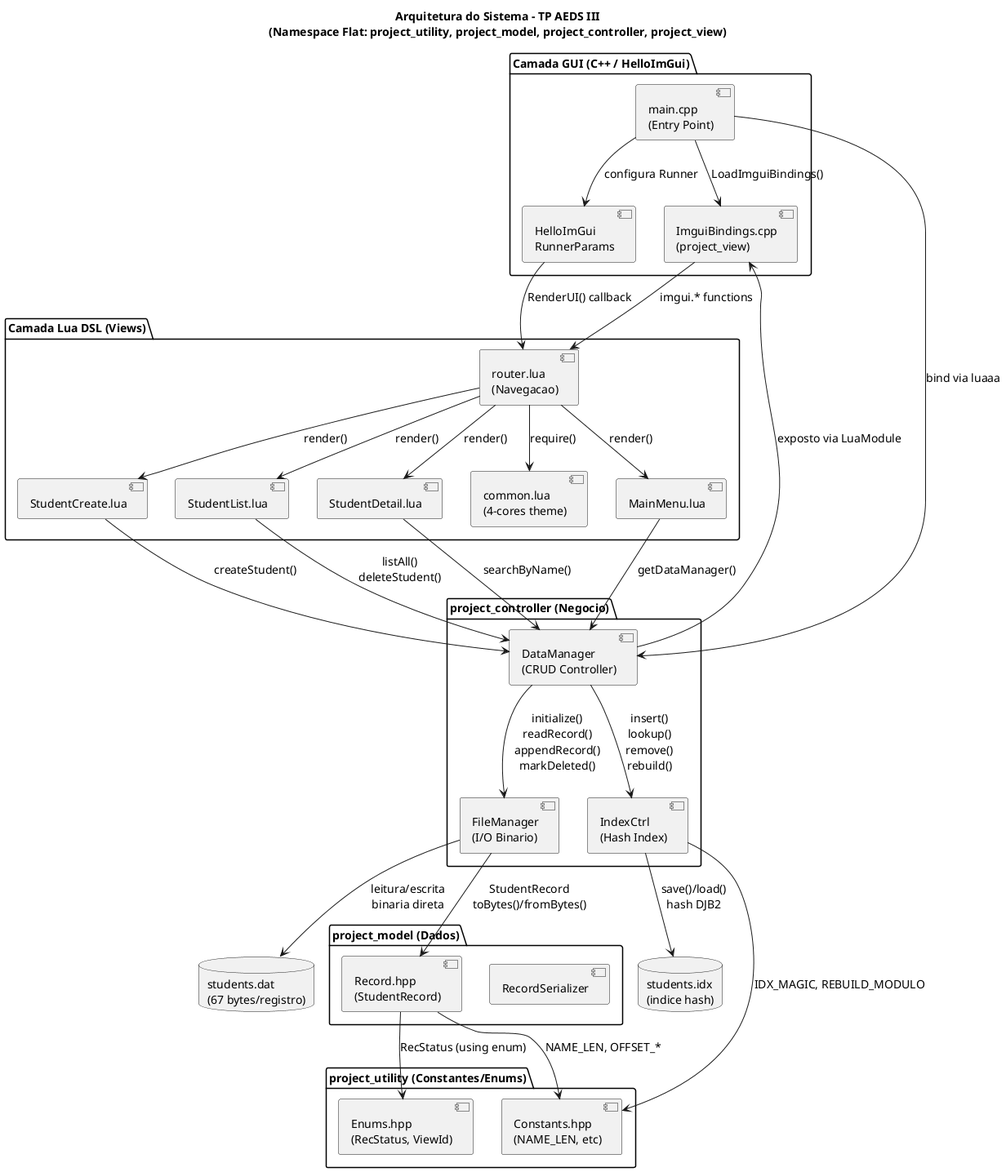
Above: docs/UML Diagrams/arquitetura_sistema.png in tuliofh01/TP-AEDSIII (PlantUML), before the change.
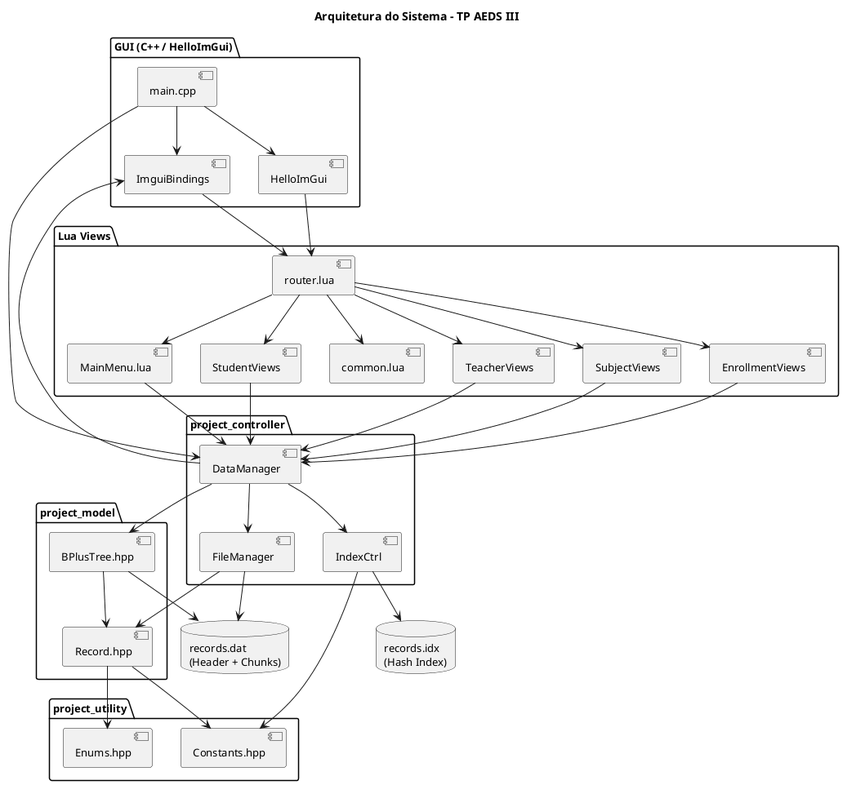
After the change.

The edit, as a diff of the source:
```diff
@@ -1,71 +1,76 @@
 @startuml arquitetura_sistema
+skinparam backgroundColor #FFFFFF
+skinparam defaultFontSize 13
 
-skinparam backgroundColor #FFFFFF
-skinparam defaultFontSize 14
+title Arquitetura do Sistema - TP AEDS III
 
-title Arquitetura do Sistema - TP AEDS III\n(Namespace Flat: project_utility, project_model, project_controller, project_view)
-
-package "Camada GUI (C++ / HelloImGui)" {
-    [main.cpp\n(Entry Point)] as main
-    [HelloImGui\nRunnerParams] as hello
-    [ImguiBindings.cpp\n(project_view)] as bindings
+package "GUI (C++ / HelloImGui)" {
+    [main.cpp] as main
+    [HelloImGui] as hello
+    [ImguiBindings] as bindings
 }
 
-package "Camada Lua DSL (Views)" {
-    [router.lua\n(Navegacao)] as router
-    [common.lua\n(4-cores theme)] as common
+package "Lua Views" {
+    [router.lua] as router
+    [common.lua] as common
     [MainMenu.lua] as menu
-    [StudentCreate.lua] as create
-    [StudentList.lua] as list
-    [StudentDetail.lua] as detail
+    [StudentViews] as stu
+    [TeacherViews] as tch
+    [SubjectViews] as sub
+    [EnrollmentViews] as enr
 }
 
-package "project_utility (Constantes/Enums)" {
-    [Constants.hpp\n(NAME_LEN, etc)] as const
-    [Enums.hpp\n(RecStatus, ViewId)] as enums
+package "project_utility" {
+    [Constants.hpp] as const
+    [Enums.hpp] as enums
 }
 
-package "project_model (Dados)" {
-    [Record.hpp\n(StudentRecord)] as model
-    [RecordSerializer] as serializer
+package "project_model" {
+    [Record.hpp] as model
+    [BPlusTree.hpp] as btree
 }
 
-package "project_controller (Negocio)" {
-    [DataManager\n(CRUD Controller)] as dm
-    [FileManager\n(I/O Binario)] as fm
-    [IndexCtrl\n(Hash Index)] as idx
+package "project_controller" {
+    [DataManager] as dm
+    [FileManager] as fm
+    [IndexCtrl] as idx
 }
 
-database "students.dat\n(67 bytes/registro)" as dat
-database "students.idx\n(indice hash)" as idxfile
+database "records.dat\n(Header + Chunks)" as dat
+database "records.idx\n(Hash Index)" as idxfile
 
-main --> hello : configura Runner
-main --> bindings : LoadImguiBindings()
-main --> dm : bind via luaaa
-hello --> router : RenderUI() callback
-bindings --> router : imgui.* functions
-dm --> bindings : exposto via LuaModule
+main --> hello
+main --> bindings
+main --> dm
+hello --> router
+bindings --> router
+dm --> bindings
 
-router --> common : require()
-router --> menu : render()
-router --> create : render()
-router --> list : render()
-router --> detail : render()
+router --> menu
+router --> stu
+router --> tch
+router --> sub
+router --> enr
+router --> common
 
-menu --> dm : getDataManager()
-create --> dm : createStudent()
-list --> dm : listAll()\ndeleteStudent()
-detail --> dm : searchByName()
+menu --> dm
+stu --> dm
+tch --> dm
+sub --> dm
+enr --> dm
 
-dm --> fm : initialize()\nreadRecord()\nappendRecord()\nmarkDeleted()
-dm --> idx : insert()\nlookup()\nremove()\nrebuild()
+dm --> fm
+dm --> idx
+dm --> btree
 
-fm --> model : StudentRecord\ntoBytes()/fromBytes()
-model --> const : NAME_LEN, OFFSET_*
-model --> enums : RecStatus (using enum)
-idx --> const : IDX_MAGIC, REBUILD_MODULO
+fm --> model
+model --> const
+model --> enums
+idx --> const
+btree --> model
 
-fm --> dat : leitura/escrita\nbinaria direta
-idx --> idxfile : save()/load()\nhash DJB2
+fm --> dat
+idx --> idxfile
+btree --> dat
 
 @enduml
```
